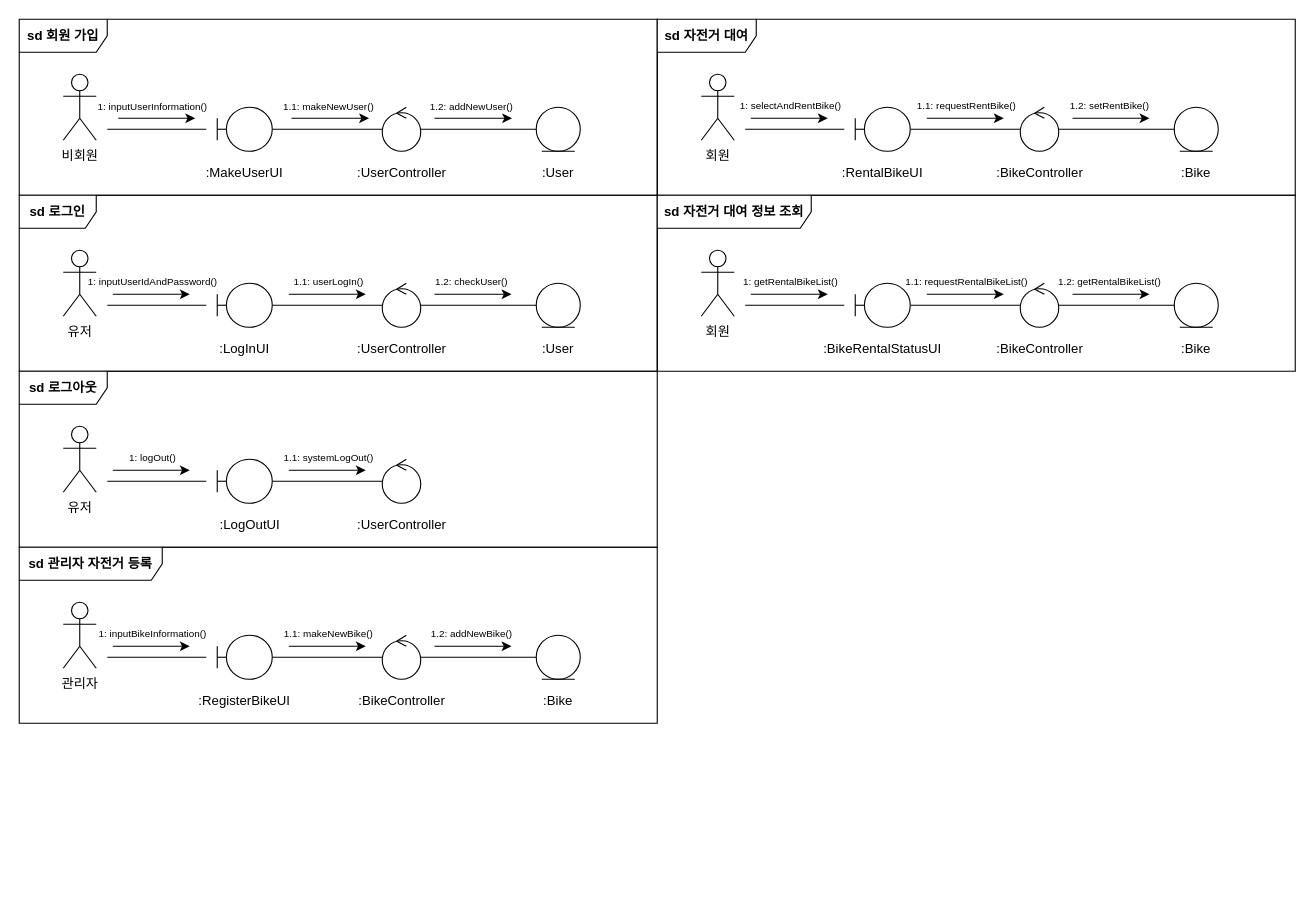
The draw.io diagram Communication_Diagram.drawio in brian70304/SE_Project2, before the edit. Source tidied: cells renumbered, new cells numbered last; positions are measured from the earlier drawing's top-left corner, leaving out a move shared by most shapes. Both pictures are drawn from the tidied source at 110%, with x=0, y=0 at pixel (19, 19).
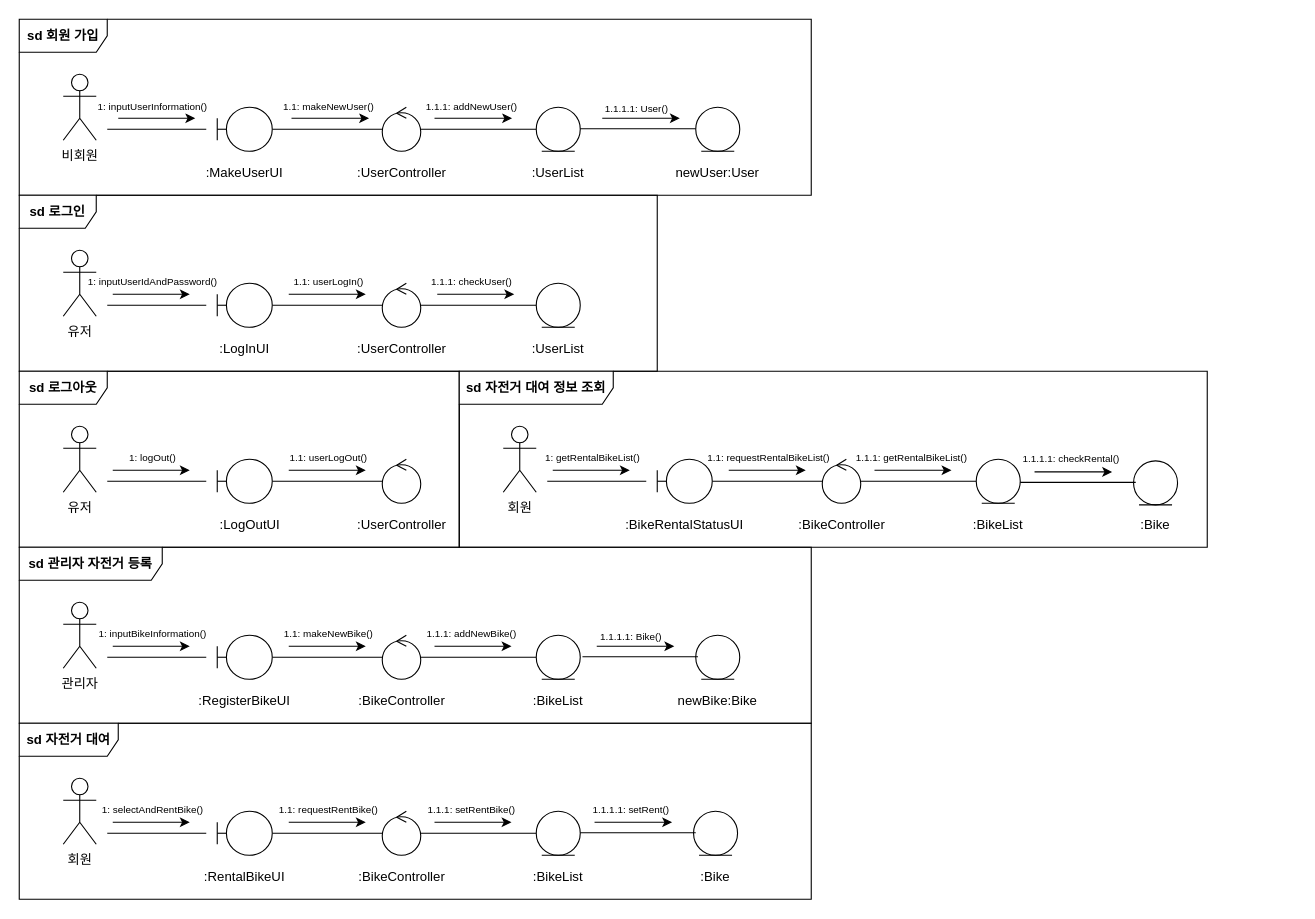
The same page after the edit.

Change to the diagram source:
```diff
@@
-    <mxCell id="10" value=":User" style="text;html=1;align=center;verticalAlign=middle;whiteSpace=wrap;rounded=0;" parent="1" vertex="1">
+    <mxCell id="10" value=":UserList" style="text;html=1;align=center;verticalAlign=middle;whiteSpace=wrap;rounded=0;" parent="1" vertex="1">
       <mxGeometry x="460" y="130" width="60" height="20" as="geometry" />
     </mxCell>
@@
-    <mxCell id="17" value="&lt;font style=&quot;font-size: 9px;&quot;&gt;1.2: addNewUser()&lt;/font&gt;" style="edgeLabel;html=1;align=center;verticalAlign=middle;" parent="1" vertex="1">
+    <mxCell id="17" value="&lt;font style=&quot;font-size: 9px;&quot;&gt;1.1.1: addNewUser()&lt;/font&gt;" style="edgeLabel;html=1;align=center;verticalAlign=middle;" parent="1" vertex="1">
       <mxGeometry x="410" y="78" as="geometry" />
     </mxCell>
     <mxCell id="18" value="&lt;b&gt;sd 회원 가입&lt;/b&gt;" style="shape=umlFrame;whiteSpace=wrap;html=1;width=80;height=30;" parent="1" vertex="1">
-      <mxGeometry width="580" height="160" as="geometry" />
+      <mxGeometry width="720" height="160" as="geometry" />
     </mxCell>
@@
-    <mxCell id="28" value=":User" style="text;html=1;align=center;verticalAlign=middle;whiteSpace=wrap;rounded=0;" parent="1" vertex="1">
+    <mxCell id="28" value=":UserList" style="text;html=1;align=center;verticalAlign=middle;whiteSpace=wrap;rounded=0;" parent="1" vertex="1">
       <mxGeometry x="460" y="290" width="60" height="20" as="geometry" />
     </mxCell>
@@
     <mxCell id="33" style="endArrow=classic;html=1;rounded=0;" parent="1" edge="1">
       <mxGeometry relative="1" as="geometry">
-        <mxPoint x="377.5" y="250" as="sourcePoint" />
-        <mxPoint x="447.5" y="250" as="targetPoint" />
+        <mxPoint x="380" y="250" as="sourcePoint" />
+        <mxPoint x="450" y="250" as="targetPoint" />
       </mxGeometry>
     </mxCell>
-    <mxCell id="34" value="&lt;font style=&quot;font-size: 9px;&quot;&gt;1.2: checkUser()&lt;/font&gt;" style="edgeLabel;html=1;align=center;verticalAlign=middle;" parent="1" vertex="1">
+    <mxCell id="34" value="&lt;font style=&quot;font-size: 9px;&quot;&gt;1.1.1: checkUser()&lt;/font&gt;" style="edgeLabel;html=1;align=center;verticalAlign=middle;" parent="1" vertex="1">
       <mxGeometry x="410" y="237" as="geometry" />
     </mxCell>
@@
-    <mxCell id="44" value="&lt;font style=&quot;font-size: 9px;&quot;&gt;1.1: systemLogOut()&lt;/font&gt;" style="edgeLabel;html=1;align=center;verticalAlign=middle;" parent="1" vertex="1">
+    <mxCell id="44" value="&lt;font style=&quot;font-size: 9px;&quot;&gt;1.1: userLogOut()&lt;/font&gt;" style="edgeLabel;html=1;align=center;verticalAlign=middle;" parent="1" vertex="1">
       <mxGeometry x="280" y="397" as="geometry" />
     </mxCell>
@@
-    <mxCell id="56" value=":Bike" style="text;html=1;align=center;verticalAlign=middle;whiteSpace=wrap;rounded=0;" parent="1" vertex="1">
+    <mxCell id="56" value=":BikeList" style="text;html=1;align=center;verticalAlign=middle;whiteSpace=wrap;rounded=0;" parent="1" vertex="1">
       <mxGeometry x="460" y="610" width="60" height="20" as="geometry" />
     </mxCell>
@@
-    <mxCell id="62" value="&lt;font style=&quot;font-size: 9px;&quot;&gt;1.2: addNewBike()&lt;/font&gt;" style="edgeLabel;html=1;align=center;verticalAlign=middle;" parent="1" vertex="1">
+    <mxCell id="62" value="&lt;font style=&quot;font-size: 9px;&quot;&gt;1.1.1: addNewBike()&lt;/font&gt;" style="edgeLabel;html=1;align=center;verticalAlign=middle;" parent="1" vertex="1">
       <mxGeometry x="410" y="557" as="geometry" />
     </mxCell>
     <mxCell id="63" value="&lt;b&gt;sd 로그아웃&lt;/b&gt;" style="shape=umlFrame;whiteSpace=wrap;html=1;width=80;height=30;" parent="1" vertex="1">
-      <mxGeometry y="320" width="580" height="160" as="geometry" />
+      <mxGeometry y="320" width="400" height="160" as="geometry" />
     </mxCell>
     <mxCell id="64" value="회원" style="shape=umlActor;verticalLabelPosition=bottom;verticalAlign=top;html=1;" parent="1" vertex="1">
-      <mxGeometry x="620" y="50" width="30" height="60" as="geometry" />
+      <mxGeometry x="40" y="690" width="30" height="60" as="geometry" />
     </mxCell>
@@
     <mxCell id="66" style="shape=umlBoundary;whiteSpace=wrap;html=1;" parent="1" vertex="1">
-      <mxGeometry x="760" y="80" width="50" height="40" as="geometry" />
+      <mxGeometry x="180" y="720" width="50" height="40" as="geometry" />
     </mxCell>
@@
     <mxCell id="68" style="ellipse;shape=umlControl;whiteSpace=wrap;html=1;" parent="1" vertex="1">
-      <mxGeometry x="910" y="80" width="35" height="40" as="geometry" />
+      <mxGeometry x="330" y="720" width="35" height="40" as="geometry" />
     </mxCell>
     <mxCell id="69" style="ellipse;shape=umlEntity;whiteSpace=wrap;html=1;" parent="1" vertex="1">
-      <mxGeometry x="1050" y="80" width="40" height="40" as="geometry" />
+      <mxGeometry x="470" y="720" width="40" height="40" as="geometry" />
     </mxCell>
     <mxCell id="70" style="endArrow=none;html=1;rounded=0;" parent="1" edge="1">
       <mxGeometry relative="1" as="geometry">
-        <mxPoint x="750" y="100" as="sourcePoint" />
-        <mxPoint x="660" y="100" as="targetPoint" />
+        <mxPoint x="170" y="740" as="sourcePoint" />
+        <mxPoint x="80" y="740" as="targetPoint" />
       </mxGeometry>
     </mxCell>
     <mxCell id="71" value=":RentalBikeUI" style="text;html=1;align=center;verticalAlign=middle;whiteSpace=wrap;rounded=0;" parent="1" vertex="1">
-      <mxGeometry x="755" y="130" width="60" height="20" as="geometry" />
+      <mxGeometry x="175" y="770" width="60" height="20" as="geometry" />
     </mxCell>
     <mxCell id="72" value=":BikeController" style="text;html=1;align=center;verticalAlign=middle;whiteSpace=wrap;rounded=0;" parent="1" vertex="1">
-      <mxGeometry x="897.5" y="130" width="60" height="20" as="geometry" />
+      <mxGeometry x="317.5" y="770" width="60" height="20" as="geometry" />
     </mxCell>
-    <mxCell id="73" value=":Bike" style="text;html=1;align=center;verticalAlign=middle;whiteSpace=wrap;rounded=0;" parent="1" vertex="1">
-      <mxGeometry x="1040" y="130" width="60" height="20" as="geometry" />
+    <mxCell id="73" value=":BikeList" style="text;html=1;align=center;verticalAlign=middle;whiteSpace=wrap;rounded=0;" parent="1" vertex="1">
+      <mxGeometry x="460" y="770" width="60" height="20" as="geometry" />
     </mxCell>
     <mxCell id="74" style="endArrow=classic;html=1;rounded=0;" parent="1" edge="1">
       <mxGeometry relative="1" as="geometry">
-        <mxPoint x="665" y="90" as="sourcePoint" />
-        <mxPoint x="735" y="90" as="targetPoint" />
+        <mxPoint x="85" y="730" as="sourcePoint" />
+        <mxPoint x="155" y="730" as="targetPoint" />
       </mxGeometry>
     </mxCell>
     <mxCell id="75" value="&lt;font style=&quot;font-size: 9px;&quot;&gt;1: selectAndRentBike()&lt;/font&gt;" style="edgeLabel;html=1;align=center;verticalAlign=middle;" parent="1" vertex="1">
-      <mxGeometry x="700" y="77" as="geometry" />
+      <mxGeometry x="120" y="717" as="geometry" />
     </mxCell>
     <mxCell id="76" style="endArrow=classic;html=1;rounded=0;" parent="1" edge="1">
       <mxGeometry relative="1" as="geometry">
-        <mxPoint x="825" y="90" as="sourcePoint" />
-        <mxPoint x="895" y="90" as="targetPoint" />
+        <mxPoint x="245" y="730" as="sourcePoint" />
+        <mxPoint x="315" y="730" as="targetPoint" />
       </mxGeometry>
     </mxCell>
     <mxCell id="77" value="&lt;font style=&quot;font-size: 9px;&quot;&gt;1.1: requestRentBike()&lt;/font&gt;" style="edgeLabel;html=1;align=center;verticalAlign=middle;" parent="1" vertex="1">
-      <mxGeometry x="860" y="77" as="geometry" />
+      <mxGeometry x="280" y="717" as="geometry" />
     </mxCell>
     <mxCell id="78" style="endArrow=classic;html=1;rounded=0;" parent="1" edge="1">
       <mxGeometry relative="1" as="geometry">
-        <mxPoint x="957.5" y="90" as="sourcePoint" />
-        <mxPoint x="1027.5" y="90" as="targetPoint" />
+        <mxPoint x="377.5" y="730" as="sourcePoint" />
+        <mxPoint x="447.5" y="730" as="targetPoint" />
       </mxGeometry>
     </mxCell>
-    <mxCell id="79" value="&lt;font style=&quot;font-size: 9px;&quot;&gt;1.2: setRentBike()&lt;/font&gt;" style="edgeLabel;html=1;align=center;verticalAlign=middle;" parent="1" vertex="1">
-      <mxGeometry x="990" y="77" as="geometry" />
+    <mxCell id="79" value="&lt;font style=&quot;font-size: 9px;&quot;&gt;1.1.1: setRentBike()&lt;/font&gt;" style="edgeLabel;html=1;align=center;verticalAlign=middle;" parent="1" vertex="1">
+      <mxGeometry x="410" y="717" as="geometry" />
     </mxCell>
     <mxCell id="80" value="&lt;b&gt;sd 관리자 자전거 등록&lt;/b&gt;" style="shape=umlFrame;whiteSpace=wrap;html=1;width=130;height=30;" parent="1" vertex="1">
-      <mxGeometry y="480" width="580" height="160" as="geometry" />
+      <mxGeometry y="480" width="720" height="160" as="geometry" />
     </mxCell>
     <mxCell id="81" value="회원" style="shape=umlActor;verticalLabelPosition=bottom;verticalAlign=top;html=1;" parent="1" vertex="1">
-      <mxGeometry x="620" y="210" width="30" height="60" as="geometry" />
+      <mxGeometry x="440" y="370" width="30" height="60" as="geometry" />
     </mxCell>
@@
     <mxCell id="83" style="shape=umlBoundary;whiteSpace=wrap;html=1;" parent="1" vertex="1">
-      <mxGeometry x="760" y="240" width="50" height="40" as="geometry" />
+      <mxGeometry x="580" y="400" width="50" height="40" as="geometry" />
     </mxCell>
@@
     <mxCell id="85" style="ellipse;shape=umlControl;whiteSpace=wrap;html=1;" parent="1" vertex="1">
-      <mxGeometry x="910" y="240" width="35" height="40" as="geometry" />
+      <mxGeometry x="730" y="400" width="35" height="40" as="geometry" />
     </mxCell>
     <mxCell id="86" style="ellipse;shape=umlEntity;whiteSpace=wrap;html=1;" parent="1" vertex="1">
-      <mxGeometry x="1050" y="240" width="40" height="40" as="geometry" />
+      <mxGeometry x="870" y="400" width="40" height="40" as="geometry" />
     </mxCell>
     <mxCell id="87" style="endArrow=none;html=1;rounded=0;" parent="1" edge="1">
       <mxGeometry relative="1" as="geometry">
-        <mxPoint x="750" y="260" as="sourcePoint" />
-        <mxPoint x="660" y="260" as="targetPoint" />
+        <mxPoint x="570" y="420" as="sourcePoint" />
+        <mxPoint x="480" y="420" as="targetPoint" />
       </mxGeometry>
     </mxCell>
     <mxCell id="88" value=":BikeRentalStatusUI" style="text;html=1;align=center;verticalAlign=middle;whiteSpace=wrap;rounded=0;" parent="1" vertex="1">
-      <mxGeometry x="755" y="290" width="60" height="20" as="geometry" />
+      <mxGeometry x="575" y="450" width="60" height="20" as="geometry" />
     </mxCell>
     <mxCell id="89" value=":BikeController" style="text;html=1;align=center;verticalAlign=middle;whiteSpace=wrap;rounded=0;" parent="1" vertex="1">
-      <mxGeometry x="897.5" y="290" width="60" height="20" as="geometry" />
+      <mxGeometry x="717.5" y="450" width="60" height="20" as="geometry" />
     </mxCell>
-    <mxCell id="90" value=":Bike" style="text;html=1;align=center;verticalAlign=middle;whiteSpace=wrap;rounded=0;" parent="1" vertex="1">
-      <mxGeometry x="1040" y="290" width="60" height="20" as="geometry" />
+    <mxCell id="90" value=":BikeList" style="text;html=1;align=center;verticalAlign=middle;whiteSpace=wrap;rounded=0;" parent="1" vertex="1">
+      <mxGeometry x="860" y="450" width="60" height="20" as="geometry" />
     </mxCell>
     <mxCell id="91" style="endArrow=classic;html=1;rounded=0;" parent="1" edge="1">
       <mxGeometry relative="1" as="geometry">
-        <mxPoint x="665" y="250" as="sourcePoint" />
-        <mxPoint x="735" y="250" as="targetPoint" />
+        <mxPoint x="485" y="410" as="sourcePoint" />
+        <mxPoint x="555" y="410" as="targetPoint" />
       </mxGeometry>
     </mxCell>
     <mxCell id="92" value="&lt;font style=&quot;font-size: 9px;&quot;&gt;1: getRentalBikeList()&lt;/font&gt;" style="edgeLabel;html=1;align=center;verticalAlign=middle;" parent="1" vertex="1">
-      <mxGeometry x="700" y="237" as="geometry" />
+      <mxGeometry x="520" y="397" as="geometry" />
     </mxCell>
     <mxCell id="93" style="endArrow=classic;html=1;rounded=0;" parent="1" edge="1">
       <mxGeometry relative="1" as="geometry">
-        <mxPoint x="825" y="250" as="sourcePoint" />
-        <mxPoint x="895" y="250" as="targetPoint" />
+        <mxPoint x="645" y="410" as="sourcePoint" />
+        <mxPoint x="715" y="410" as="targetPoint" />
       </mxGeometry>
     </mxCell>
     <mxCell id="94" value="&lt;font style=&quot;font-size: 9px;&quot;&gt;1.1: requestRentalBikeList()&lt;/font&gt;" style="edgeLabel;html=1;align=center;verticalAlign=middle;" parent="1" vertex="1">
-      <mxGeometry x="860" y="237" as="geometry" />
+      <mxGeometry x="680" y="397" as="geometry" />
     </mxCell>
     <mxCell id="95" style="endArrow=classic;html=1;rounded=0;" parent="1" edge="1">
       <mxGeometry relative="1" as="geometry">
-        <mxPoint x="957.5" y="250" as="sourcePoint" />
-        <mxPoint x="1027.5" y="250" as="targetPoint" />
+        <mxPoint x="777.5" y="410" as="sourcePoint" />
+        <mxPoint x="847.5" y="410" as="targetPoint" />
       </mxGeometry>
     </mxCell>
-    <mxCell id="96" value="&lt;font style=&quot;font-size: 9px;&quot;&gt;1.2: getRentalBikeList()&lt;/font&gt;" style="edgeLabel;html=1;align=center;verticalAlign=middle;" parent="1" vertex="1">
-      <mxGeometry x="990" y="237" as="geometry" />
+    <mxCell id="96" value="&lt;font style=&quot;font-size: 9px;&quot;&gt;1.1.1: getRentalBikeList()&lt;/font&gt;" style="edgeLabel;html=1;align=center;verticalAlign=middle;" parent="1" vertex="1">
+      <mxGeometry x="810" y="397" as="geometry" />
     </mxCell>
     <mxCell id="97" value="&lt;b&gt;sd 자전거 대여&lt;/b&gt;" style="shape=umlFrame;whiteSpace=wrap;html=1;width=90;height=30;" parent="1" vertex="1">
-      <mxGeometry x="580" width="580" height="160" as="geometry" />
+      <mxGeometry y="640" width="720" height="160" as="geometry" />
     </mxCell>
     <mxCell id="98" value="&lt;b&gt;sd 자전거 대여 정보 조회&lt;/b&gt;" style="shape=umlFrame;whiteSpace=wrap;html=1;width=140;height=30;" parent="1" vertex="1">
-      <mxGeometry x="580" y="160" width="580" height="160" as="geometry" />
+      <mxGeometry x="400" y="320" width="680" height="160" as="geometry" />
     </mxCell>
+    <mxCell id="99" style="ellipse;shape=umlEntity;whiteSpace=wrap;html=1;" parent="1" vertex="1">
+      <mxGeometry x="615" y="80" width="40" height="40" as="geometry" />
+    </mxCell>
+    <mxCell id="100" style="edgeStyle=orthogonalEdgeStyle;rounded=0;orthogonalLoop=1;jettySize=auto;html=1;entryX=0;entryY=0.5;entryDx=0;entryDy=0;endArrow=none;startFill=0;" parent="1" edge="1">
+      <mxGeometry relative="1" as="geometry">
+        <mxPoint x="510" y="99.5" as="sourcePoint" />
+        <mxPoint x="615" y="99.5" as="targetPoint" />
+      </mxGeometry>
+    </mxCell>
+    <mxCell id="101" value="newUser:User" style="text;html=1;align=center;verticalAlign=middle;whiteSpace=wrap;rounded=0;" parent="1" vertex="1">
+      <mxGeometry x="605" y="130" width="60" height="20" as="geometry" />
+    </mxCell>
+    <mxCell id="102" style="endArrow=classic;html=1;rounded=0;" parent="1" edge="1">
+      <mxGeometry relative="1" as="geometry">
+        <mxPoint x="530" y="90" as="sourcePoint" />
+        <mxPoint x="600.5" y="90" as="targetPoint" />
+      </mxGeometry>
+    </mxCell>
+    <mxCell id="103" value="&lt;font style=&quot;font-size: 9px;&quot;&gt;1.1.1.1: User()&lt;/font&gt;" style="edgeLabel;html=1;align=center;verticalAlign=middle;" parent="1" vertex="1">
+      <mxGeometry x="560" y="80" as="geometry" />
+    </mxCell>
+    <mxCell id="104" style="ellipse;shape=umlEntity;whiteSpace=wrap;html=1;" parent="1" vertex="1">
+      <mxGeometry x="615" y="560" width="40" height="40" as="geometry" />
+    </mxCell>
+    <mxCell id="105" style="edgeStyle=orthogonalEdgeStyle;rounded=0;orthogonalLoop=1;jettySize=auto;html=1;entryX=0;entryY=0.5;entryDx=0;entryDy=0;endArrow=none;startFill=0;" parent="1" edge="1">
+      <mxGeometry relative="1" as="geometry">
+        <mxPoint x="512" y="579.5" as="sourcePoint" />
+        <mxPoint x="617" y="579.5" as="targetPoint" />
+      </mxGeometry>
+    </mxCell>
+    <mxCell id="106" style="endArrow=classic;html=1;rounded=0;" parent="1" edge="1">
+      <mxGeometry relative="1" as="geometry">
+        <mxPoint x="525" y="570" as="sourcePoint" />
+        <mxPoint x="595.5" y="570" as="targetPoint" />
+      </mxGeometry>
+    </mxCell>
+    <mxCell id="107" value="&lt;font style=&quot;font-size: 9px;&quot;&gt;1.1.1.1: Bike()&lt;/font&gt;" style="edgeLabel;html=1;align=center;verticalAlign=middle;" parent="1" vertex="1">
+      <mxGeometry x="555" y="560" as="geometry" />
+    </mxCell>
+    <mxCell id="108" value="newBike:Bike" style="text;html=1;align=center;verticalAlign=middle;whiteSpace=wrap;rounded=0;" parent="1" vertex="1">
+      <mxGeometry x="605" y="610" width="60" height="20" as="geometry" />
+    </mxCell>
+    <mxCell id="109" style="ellipse;shape=umlEntity;whiteSpace=wrap;html=1;" parent="1" vertex="1">
+      <mxGeometry x="613" y="720" width="40" height="40" as="geometry" />
+    </mxCell>
+    <mxCell id="110" style="edgeStyle=orthogonalEdgeStyle;rounded=0;orthogonalLoop=1;jettySize=auto;html=1;entryX=0;entryY=0.5;entryDx=0;entryDy=0;endArrow=none;startFill=0;" parent="1" edge="1">
+      <mxGeometry relative="1" as="geometry">
+        <mxPoint x="510" y="739.5" as="sourcePoint" />
+        <mxPoint x="615" y="739.5" as="targetPoint" />
+      </mxGeometry>
+    </mxCell>
+    <mxCell id="111" style="endArrow=classic;html=1;rounded=0;" parent="1" edge="1">
+      <mxGeometry relative="1" as="geometry">
+        <mxPoint x="523" y="730" as="sourcePoint" />
+        <mxPoint x="593.5" y="730" as="targetPoint" />
+      </mxGeometry>
+    </mxCell>
+    <mxCell id="112" value="&lt;font style=&quot;font-size: 9px;&quot;&gt;1.1.1.1: setRent()&lt;/font&gt;" style="edgeLabel;html=1;align=center;verticalAlign=middle;" parent="1" vertex="1">
+      <mxGeometry x="555" y="717" as="geometry" />
+    </mxCell>
+    <mxCell id="113" value=":Bike" style="text;html=1;align=center;verticalAlign=middle;whiteSpace=wrap;rounded=0;" parent="1" vertex="1">
+      <mxGeometry x="603" y="770" width="60" height="20" as="geometry" />
+    </mxCell>
+    <mxCell id="114" style="ellipse;shape=umlEntity;whiteSpace=wrap;html=1;" parent="1" vertex="1">
+      <mxGeometry x="1013" y="401.5" width="40" height="40" as="geometry" />
+    </mxCell>
+    <mxCell id="115" style="edgeStyle=orthogonalEdgeStyle;rounded=0;orthogonalLoop=1;jettySize=auto;html=1;entryX=0;entryY=0.5;entryDx=0;entryDy=0;endArrow=none;startFill=0;" parent="1" edge="1">
+      <mxGeometry relative="1" as="geometry">
+        <mxPoint x="910" y="421" as="sourcePoint" />
+        <mxPoint x="1015" y="421" as="targetPoint" />
+      </mxGeometry>
+    </mxCell>
+    <mxCell id="116" style="endArrow=classic;html=1;rounded=0;" parent="1" edge="1">
+      <mxGeometry relative="1" as="geometry">
+        <mxPoint x="923" y="411.5" as="sourcePoint" />
+        <mxPoint x="993.5" y="411.5" as="targetPoint" />
+      </mxGeometry>
+    </mxCell>
+    <mxCell id="117" value="&lt;font style=&quot;font-size: 9px;&quot;&gt;1.1.1.1: checkRental()&lt;/font&gt;" style="edgeLabel;html=1;align=center;verticalAlign=middle;" parent="1" vertex="1">
+      <mxGeometry x="955" y="398.5" as="geometry" />
+    </mxCell>
+    <mxCell id="118" value=":Bike" style="text;html=1;align=center;verticalAlign=middle;whiteSpace=wrap;rounded=0;" parent="1" vertex="1">
+      <mxGeometry x="1003" y="450" width="60" height="20" as="geometry" />
+    </mxCell>
```
